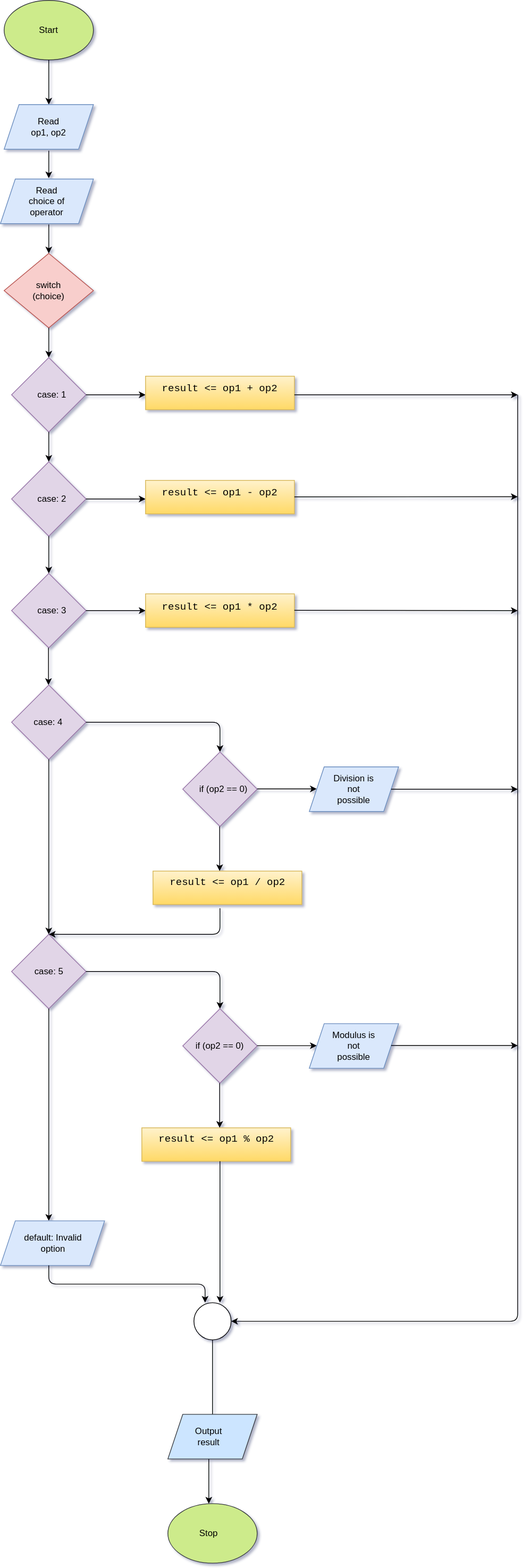
Before: 1styear/lab sessions/2nd expirement/flowchart.svg, a diagram exported from draw.io (anishshobithpscollege/labs). Source tidied: cells renumbered, new cells last; positions are measured from the earlier drawing's top-left corner, leaving out a move shared by most shapes.
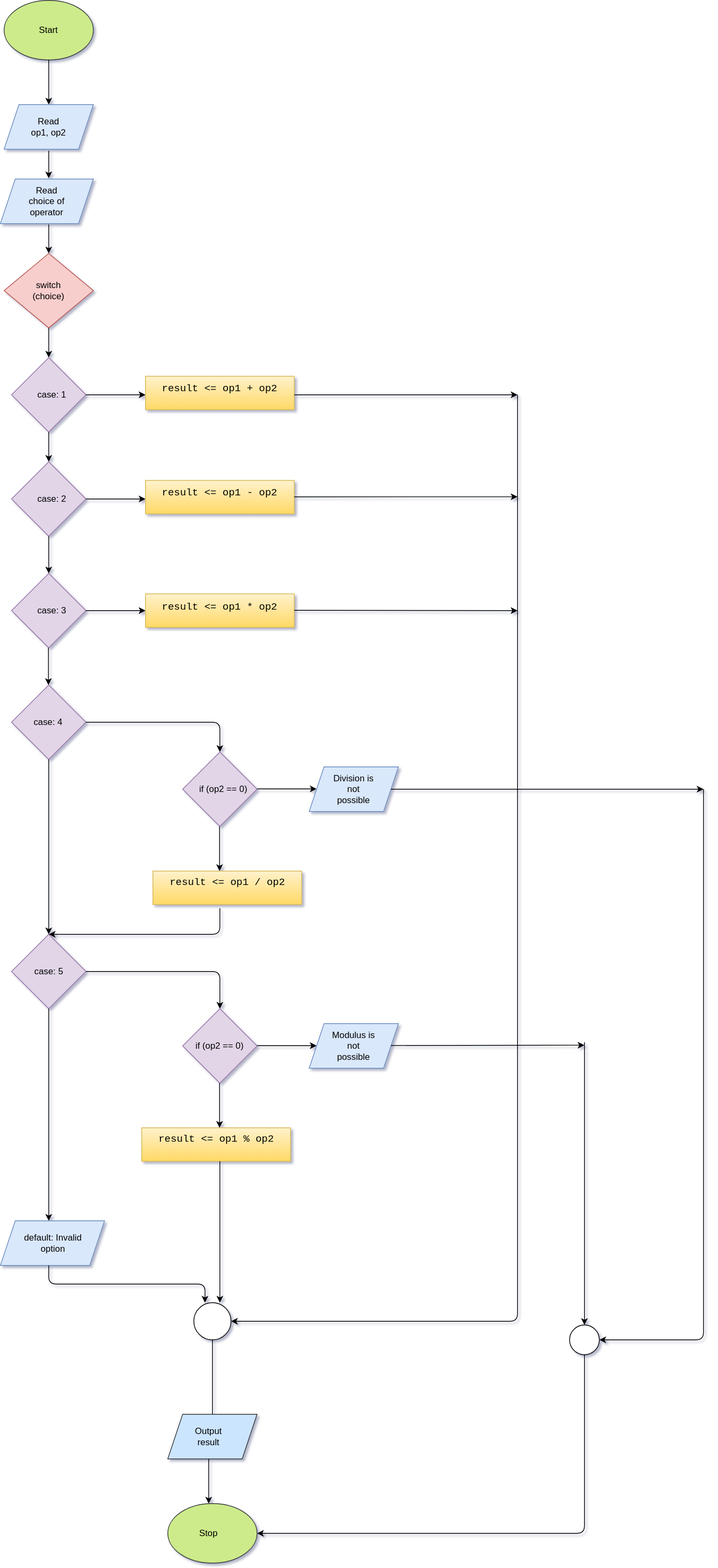
Above is the later version.

Commit message:
flowchart: fix flowchart mistake

The edit, as a diff of the source:
```diff
@@ -168,7 +168,7 @@
     <mxCell id="43" style="endArrow=classic;html=1;" parent="1" edge="1">
       <mxGeometry relative="1" as="geometry">
         <mxPoint x="525" y="1060" as="sourcePoint" />
-        <mxPoint x="695" y="1060" as="targetPoint" />
+        <mxPoint x="945" y="1060" as="targetPoint" />
       </mxGeometry>
     </mxCell>
     <mxCell id="44" value="if (op2 == 0)" style="text;html=1;strokeColor=none;fillColor=none;align=center;verticalAlign=middle;whiteSpace=wrap;rounded=0;" parent="1" vertex="1">
@@ -213,7 +213,7 @@
     <mxCell id="55" style="endArrow=classic;html=1;" parent="1" edge="1">
       <mxGeometry relative="1" as="geometry">
         <mxPoint x="525" y="1404.4" as="sourcePoint" />
-        <mxPoint x="695" y="1404.4" as="targetPoint" />
+        <mxPoint x="785" y="1404" as="targetPoint" />
       </mxGeometry>
     </mxCell>
     <mxCell id="56" value="if (op2 == 0)" style="text;html=1;strokeColor=none;fillColor=none;align=center;verticalAlign=middle;whiteSpace=wrap;rounded=0;" parent="1" vertex="1">
@@ -298,5 +298,29 @@
     <mxCell id="73" value="Output result" style="text;html=1;strokeColor=none;fillColor=none;align=center;verticalAlign=middle;whiteSpace=wrap;rounded=0;" parent="1" vertex="1">
       <mxGeometry x="260" y="1920" width="40" height="20" as="geometry" />
     </mxCell>
+    <mxCell id="74" style="ellipse;whiteSpace=wrap;html=1;" parent="1" vertex="1">
+      <mxGeometry x="765" y="1780" width="40" height="40" as="geometry" />
+    </mxCell>
+    <mxCell id="75" style="endArrow=classic;html=1;entryX=0.5;entryY=0;entryDx=0;entryDy=0;" parent="1" edge="1" target="74">
+      <mxGeometry relative="1" as="geometry">
+        <mxPoint x="785" y="1400" as="sourcePoint" />
+      </mxGeometry>
+    </mxCell>
+    <mxCell id="76" style="edgeStyle=segmentEdgeStyle;endArrow=classic;html=1;entryX=1;entryY=0.5;entryDx=0;entryDy=0;" parent="1" edge="1" target="74">
+      <mxGeometry relative="1" as="geometry">
+        <mxPoint x="945" y="1060" as="sourcePoint" />
+        <Array as="points">
+          <mxPoint x="945" y="1380" />
+          <mxPoint x="945" y="1800" />
+        </Array>
+      </mxGeometry>
+    </mxCell>
+    <mxCell id="77" style="edgeStyle=segmentEdgeStyle;endArrow=classic;html=1;entryX=1;entryY=0.5;entryDx=0;entryDy=0;exitX=0.5;exitY=1;exitDx=0;exitDy=0;" parent="1" edge="1" source="74" target="70">
+      <mxGeometry relative="1" as="geometry">
+        <Array as="points">
+          <mxPoint x="785" y="2060" />
+        </Array>
+      </mxGeometry>
+    </mxCell>
   </root>
 </mxGraphModel>
```
